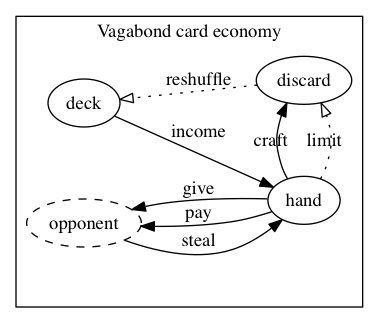
This is diagrams/vagabond-cards.png from krawaller/root, a Graphviz export, as it was before one commit. Its source is kept beside it as diagrams/vagabond-cards.dot.
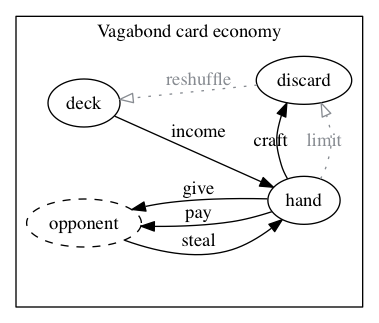
After the commit.

Commit message:
grey dotted arrows

Diff of the diagram source:
```diff
@@ -6,10 +6,9 @@
 
     label = "Vagabond card economy"
 
-
     deck -> hand [label="income"]
     hand -> discard [label="   limit" color=transparent fontcolor=transparent]
-    hand -> discard [label="   limit" style=dotted arrowhead=empty]
+    hand -> discard [label="   limit" style=dotted arrowhead=empty color="#878b91" fontcolor="#878b91"]
 
     hand -> discard [label="   craft"]
 
@@ -19,7 +18,7 @@
     hand -> opponent [label="give"]
     opponent -> hand [label="steal"]
 
-    discard -> deck [label="reshuffle" style=dotted arrowhead=empty]
+    discard -> deck [label="reshuffle" style=dotted arrowhead=empty color="#878b91" fontcolor="#878b91"]
 
     {rank=same; deck, opponent}
     {rank=same; hand, discard}
```
